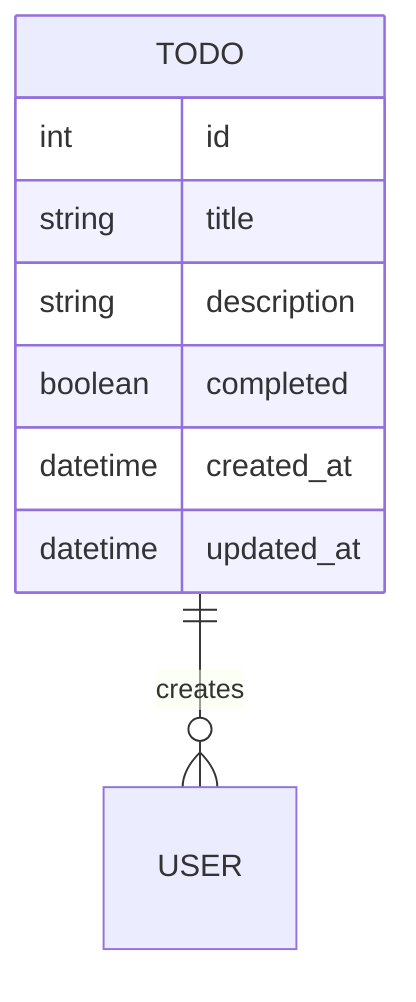
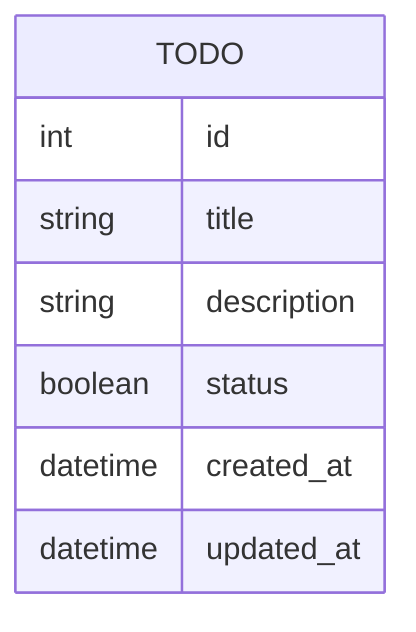
erDiagram
-     TODO ||--o{ USER : creates
    TODO {
        int id
        string title
        string description
-         boolean completed
+         boolean status
        datetime created_at
        datetime updated_at
    }
